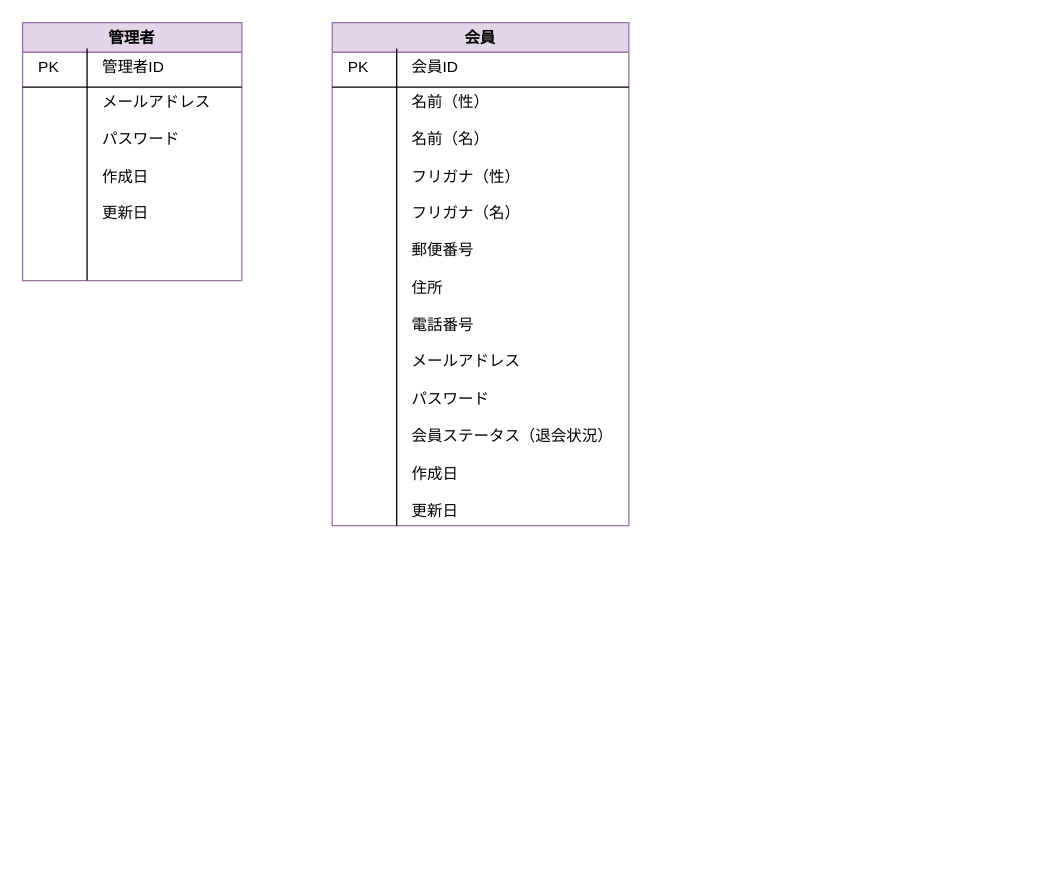
This is 名称未設定ファイル.drawio from Ganmo3/drawio, a draw.io file, before an edit. Source tidied: cells renumbered, new cells numbered last; positions are measured from the earlier drawing's top-left corner, leaving out a move shared by most shapes. Both pictures are drawn from the tidied source at 129%, with x=0, y=0 at pixel (22, 22).
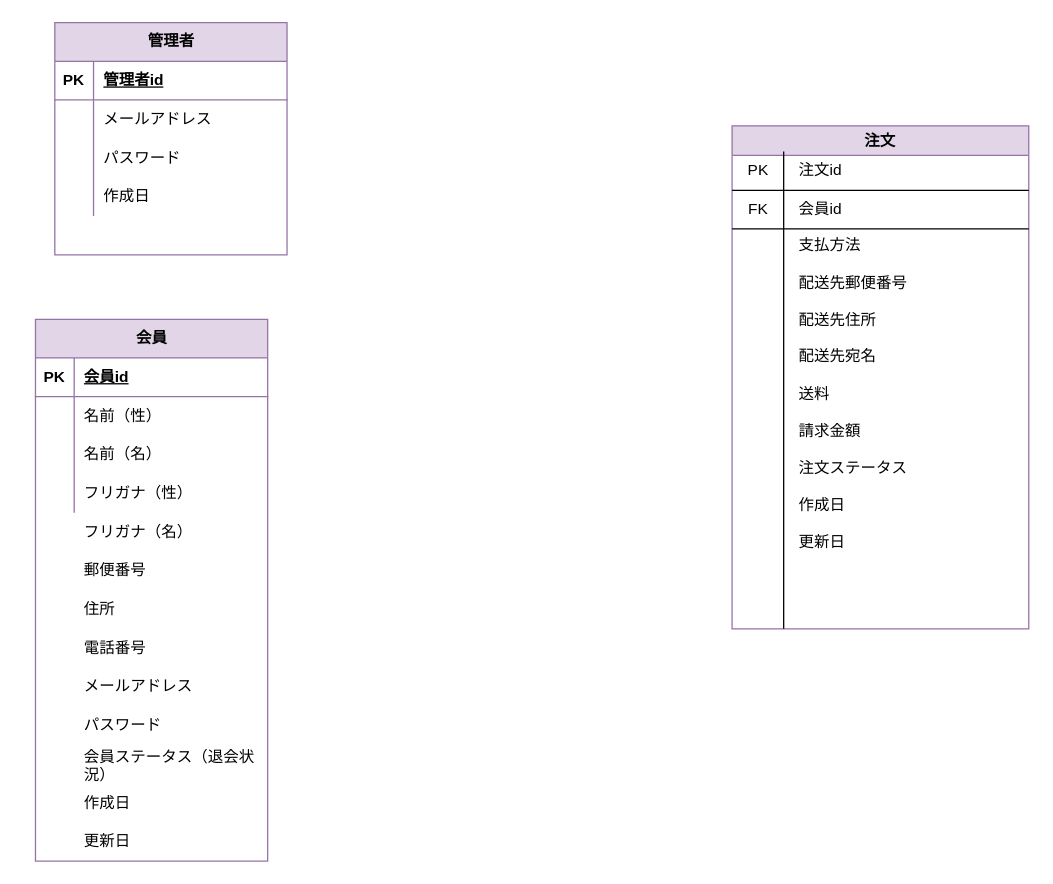
Above is the later version.

Commit message (it also covers changes not shown here):
名称未設定ファイル.drawio を更新します

The edit, as a diff of the source:
```diff
@@
+    <mxCell id="14" value="&lt;font color=&quot;#000000&quot;&gt;注文&lt;/font&gt;" style="swimlane;whiteSpace=wrap;html=1;fillColor=#e1d5e7;strokeColor=#9673a6;swimlaneLine=1;" parent="1" vertex="1">
+      <mxGeometry x="550" y="80" width="230" height="390" as="geometry" />
+    </mxCell>
+    <mxCell id="15" style="endArrow=none;html=1;rounded=0;" parent="14" edge="1">
+      <mxGeometry relative="1" as="geometry">
+        <mxPoint y="50" as="sourcePoint" />
+        <mxPoint x="230" y="50" as="targetPoint" />
+        <Array as="points">
+          <mxPoint x="160" y="50" />
+        </Array>
+      </mxGeometry>
+    </mxCell>
+    <mxCell id="16" value="PK" style="text;html=1;align=center;verticalAlign=middle;strokeColor=none;fillColor=none;" parent="14" vertex="1">
+      <mxGeometry y="20" width="40" height="30" as="geometry" />
+    </mxCell>
+    <mxCell id="17" value="注文id" style="text;html=1;align=left;verticalAlign=middle;strokeColor=none;fillColor=none;" parent="14" vertex="1">
+      <mxGeometry x="50" y="20" width="60" height="30" as="geometry" />
+    </mxCell>
+    <mxCell id="18" value="支払方法&lt;br&gt;&lt;br&gt;配送先郵便番号&lt;br&gt;&lt;br&gt;配送先住所&lt;br&gt;&lt;br&gt;配送先宛名&lt;br&gt;&lt;br&gt;送料&lt;br&gt;&lt;br&gt;請求金額&lt;br&gt;&lt;br&gt;注文ステータス&lt;br&gt;&lt;br&gt;作成日&lt;br&gt;&lt;br&gt;更新日&lt;br&gt;&lt;br&gt;" style="text;html=1;align=left;verticalAlign=middle;strokeColor=none;fillColor=none;fontSize=12;fontFamily=Helvetica;fontColor=default;" parent="14" vertex="1">
+      <mxGeometry x="50" y="80" width="110" height="270" as="geometry" />
+    </mxCell>
+    <mxCell id="19" style="endArrow=none;html=1;rounded=0;" parent="14" edge="1">
+      <mxGeometry relative="1" as="geometry">
+        <mxPoint x="40" y="20" as="sourcePoint" />
+        <mxPoint x="40" y="390" as="targetPoint" />
+      </mxGeometry>
+    </mxCell>
+    <mxCell id="20" value="FK" style="text;html=1;align=center;verticalAlign=middle;strokeColor=none;fillColor=none;" parent="14" vertex="1">
+      <mxGeometry y="50" width="40" height="30" as="geometry" />
+    </mxCell>
+    <mxCell id="21" value="会員id" style="text;html=1;align=left;verticalAlign=middle;strokeColor=none;fillColor=none;" parent="14" vertex="1">
+      <mxGeometry x="50" y="50" width="60" height="30" as="geometry" />
+    </mxCell>
+    <mxCell id="22" style="endArrow=none;html=1;rounded=0;" parent="14" edge="1">
+      <mxGeometry relative="1" as="geometry">
+        <mxPoint y="80" as="sourcePoint" />
+        <mxPoint x="230" y="80" as="targetPoint" />
+        <Array as="points">
+          <mxPoint x="160" y="80" />
+        </Array>
+      </mxGeometry>
+    </mxCell>
-    <mxCell id="2" value="&lt;font color=&quot;#000000&quot;&gt;管理者&lt;/font&gt;" style="swimlane;whiteSpace=wrap;html=1;fillColor=#e1d5e7;strokeColor=#9673a6;swimlaneLine=1;" parent="1" vertex="1">
-      <mxGeometry width="170" height="200" as="geometry" />
+    <mxCell id="2" value="&lt;font color=&quot;#000000&quot;&gt;管理者&lt;/font&gt;" style="shape=table;startSize=30;childLayout=tableLayout;rowLines=0;fontStyle=1;align=center;html=1;strokeColor=#9673a6;fontFamily=Helvetica;fontSize=12;fontColor=default;fillColor=#e1d5e7;" parent="1" vertex="1">
+      <mxGeometry x="25" width="180" height="180" as="geometry" />
     </mxCell>
-    <mxCell id="3" style="endArrow=none;html=1;rounded=0;entryX=1;entryY=0.25;entryDx=0;entryDy=0;" parent="2" edge="1" target="2">
-      <mxGeometry relative="1" as="geometry">
-        <mxPoint y="50" as="sourcePoint" />
-      </mxGeometry>
-    </mxCell>
-    <mxCell id="4" value="PK" style="text;html=1;align=center;verticalAlign=middle;strokeColor=none;fillColor=none;" parent="2" vertex="1">
-      <mxGeometry y="20" width="40" height="30" as="geometry" />
-    </mxCell>
-    <mxCell id="5" value="管理者ID" style="text;html=1;align=left;verticalAlign=middle;strokeColor=none;fillColor=none;" parent="2" vertex="1">
-      <mxGeometry x="60" y="20" width="70" height="30" as="geometry" />
-    </mxCell>
-    <mxCell id="6" value="メールアドレス&lt;br&gt;&lt;br&gt;パスワード&lt;br&gt;&lt;br&gt;作成日&lt;br&gt;&lt;br&gt;更新日" style="text;html=1;align=left;verticalAlign=middle;strokeColor=none;fillColor=none;fontSize=12;fontFamily=Helvetica;fontColor=default;" parent="2" vertex="1">
-      <mxGeometry x="60" y="50" width="110" height="110" as="geometry" />
-    </mxCell>
-    <mxCell id="7" style="endArrow=none;html=1;rounded=0;" parent="1" edge="1">
-      <mxGeometry relative="1" as="geometry">
-        <mxPoint x="50" y="20" as="sourcePoint" />
-        <mxPoint x="50" y="200" as="targetPoint" />
-      </mxGeometry>
-    </mxCell>
+    <mxCell id="23" style="shape=tableRow;horizontal=0;startSize=0;swimlaneHead=0;swimlaneBody=0;fillColor=none;top=0;left=0;right=0;bottom=1;strokeColor=#9673a6;fontFamily=Helvetica;fontSize=12;fontColor=default;html=1;" parent="2" vertex="1">
+      <mxGeometry y="30" width="180" height="30" as="geometry" />
+    </mxCell>
+    <mxCell id="24" value="PK" style="shape=partialRectangle;fillColor=none;top=0;left=0;bottom=0;right=0;fontStyle=1;overflow=hidden;whiteSpace=wrap;html=1;strokeColor=#9673a6;fontFamily=Helvetica;fontSize=12;fontColor=default;startSize=23;" parent="23" vertex="1">
+      <mxGeometry width="30" height="30" as="geometry" />
+    </mxCell>
+    <mxCell id="25" value="管理者id" style="shape=partialRectangle;fillColor=none;top=0;left=0;bottom=0;right=0;align=left;spacingLeft=6;fontStyle=5;overflow=hidden;whiteSpace=wrap;html=1;strokeColor=#9673a6;fontFamily=Helvetica;fontSize=12;fontColor=default;startSize=23;" parent="23" vertex="1">
+      <mxGeometry x="30" width="150" height="30" as="geometry" />
+    </mxCell>
+    <mxCell id="26" style="shape=tableRow;horizontal=0;startSize=0;swimlaneHead=0;swimlaneBody=0;fillColor=none;top=0;left=0;right=0;bottom=0;strokeColor=#9673a6;fontFamily=Helvetica;fontSize=12;fontColor=default;html=1;" parent="2" vertex="1">
+      <mxGeometry y="60" width="180" height="30" as="geometry" />
+    </mxCell>
+    <mxCell id="27" style="shape=partialRectangle;fillColor=none;top=0;left=0;bottom=0;right=0;overflow=hidden;whiteSpace=wrap;html=1;strokeColor=#9673a6;fontFamily=Helvetica;fontSize=12;fontColor=default;startSize=23;" parent="26" vertex="1">
+      <mxGeometry width="30" height="30" as="geometry" />
+    </mxCell>
+    <mxCell id="28" value="メールアドレス" style="shape=partialRectangle;fillColor=none;top=0;left=0;bottom=0;right=0;align=left;spacingLeft=6;overflow=hidden;whiteSpace=wrap;html=1;strokeColor=#9673a6;fontFamily=Helvetica;fontSize=12;fontColor=default;startSize=23;" parent="26" vertex="1">
+      <mxGeometry x="30" width="150" height="30" as="geometry" />
+    </mxCell>
+    <mxCell id="29" style="shape=tableRow;horizontal=0;startSize=0;swimlaneHead=0;swimlaneBody=0;fillColor=none;top=0;left=0;right=0;bottom=0;strokeColor=#9673a6;fontFamily=Helvetica;fontSize=12;fontColor=default;html=1;" parent="2" vertex="1">
+      <mxGeometry y="90" width="180" height="30" as="geometry" />
+    </mxCell>
+    <mxCell id="30" style="shape=partialRectangle;fillColor=none;top=0;left=0;bottom=0;right=0;overflow=hidden;whiteSpace=wrap;html=1;strokeColor=#9673a6;fontFamily=Helvetica;fontSize=12;fontColor=default;startSize=23;" parent="29" vertex="1">
+      <mxGeometry width="30" height="30" as="geometry" />
+    </mxCell>
+    <mxCell id="31" value="パスワード" style="shape=partialRectangle;fillColor=none;top=0;left=0;bottom=0;right=0;align=left;spacingLeft=6;overflow=hidden;whiteSpace=wrap;html=1;strokeColor=#9673a6;fontFamily=Helvetica;fontSize=12;fontColor=default;startSize=23;" parent="29" vertex="1">
+      <mxGeometry x="30" width="150" height="30" as="geometry" />
+    </mxCell>
+    <mxCell id="32" style="shape=tableRow;horizontal=0;startSize=0;swimlaneHead=0;swimlaneBody=0;fillColor=none;top=0;left=0;right=0;bottom=0;strokeColor=#9673a6;fontFamily=Helvetica;fontSize=12;fontColor=default;html=1;" parent="2" vertex="1">
+      <mxGeometry y="120" width="180" height="30" as="geometry" />
+    </mxCell>
+    <mxCell id="33" style="shape=partialRectangle;fillColor=none;top=0;left=0;bottom=0;right=0;overflow=hidden;whiteSpace=wrap;html=1;strokeColor=#9673a6;fontFamily=Helvetica;fontSize=12;fontColor=default;startSize=23;" parent="32" vertex="1">
+      <mxGeometry width="30" height="30" as="geometry" />
+    </mxCell>
+    <mxCell id="34" value="作成日" style="shape=partialRectangle;fillColor=none;top=0;left=0;bottom=0;right=0;align=left;spacingLeft=6;overflow=hidden;whiteSpace=wrap;html=1;strokeColor=#9673a6;fontFamily=Helvetica;fontSize=12;fontColor=default;startSize=23;" parent="32" vertex="1">
+      <mxGeometry x="30" width="150" height="30" as="geometry" />
+    </mxCell>
-    <mxCell id="8" value="&lt;font color=&quot;#000000&quot;&gt;会員&lt;/font&gt;" style="swimlane;whiteSpace=wrap;html=1;fillColor=#e1d5e7;strokeColor=#9673a6;swimlaneLine=1;" parent="1" vertex="1">
-      <mxGeometry x="240" width="230" height="390" as="geometry" />
+    <mxCell id="8" value="&lt;font color=&quot;#000000&quot;&gt;会員&lt;/font&gt;" style="shape=table;startSize=30;childLayout=tableLayout;rowLines=0;fontStyle=1;align=center;html=1;strokeColor=#9673a6;fontFamily=Helvetica;fontSize=12;fontColor=default;fillColor=#e1d5e7;" parent="1" vertex="1">
+      <mxGeometry x="10" y="230" width="180" height="420" as="geometry" />
     </mxCell>
-    <mxCell id="9" style="endArrow=none;html=1;rounded=0;" parent="8" edge="1">
-      <mxGeometry relative="1" as="geometry">
-        <mxPoint y="50" as="sourcePoint" />
-        <mxPoint x="230" y="50" as="targetPoint" />
-        <Array as="points">
-          <mxPoint x="160" y="50" />
-        </Array>
-      </mxGeometry>
-    </mxCell>
-    <mxCell id="10" value="PK" style="text;html=1;align=center;verticalAlign=middle;strokeColor=none;fillColor=none;" parent="8" vertex="1">
-      <mxGeometry y="20" width="40" height="30" as="geometry" />
-    </mxCell>
-    <mxCell id="11" value="会員ID" style="text;html=1;align=left;verticalAlign=middle;strokeColor=none;fillColor=none;" parent="8" vertex="1">
-      <mxGeometry x="60" y="20" width="60" height="30" as="geometry" />
-    </mxCell>
-    <mxCell id="12" value="名前（性）&lt;br&gt;&lt;br&gt;名前（名）&lt;br&gt;&lt;br&gt;フリガナ（性）&lt;br&gt;&lt;br&gt;フリガナ（名）&lt;br&gt;&lt;br&gt;郵便番号&lt;br&gt;&lt;br&gt;住所&lt;br&gt;&lt;br&gt;電話番号&lt;br&gt;&lt;br&gt;メールアドレス&lt;br&gt;&lt;br&gt;パスワード&lt;br&gt;&lt;br&gt;会員ステータス（退会状況）&lt;br&gt;&lt;br&gt;作成日&lt;br&gt;&lt;br&gt;更新日&lt;br&gt;" style="text;html=1;align=left;verticalAlign=middle;strokeColor=none;fillColor=none;fontSize=12;fontFamily=Helvetica;fontColor=default;" parent="8" vertex="1">
-      <mxGeometry x="60" y="50" width="180" height="340" as="geometry" />
-    </mxCell>
-    <mxCell id="13" style="endArrow=none;html=1;rounded=0;" parent="1" edge="1">
-      <mxGeometry relative="1" as="geometry">
-        <mxPoint x="290" y="20" as="sourcePoint" />
-        <mxPoint x="290" y="390" as="targetPoint" />
-      </mxGeometry>
-    </mxCell>
+    <mxCell id="35" style="shape=tableRow;horizontal=0;startSize=0;swimlaneHead=0;swimlaneBody=0;fillColor=none;top=0;left=0;right=0;bottom=1;strokeColor=#9673a6;fontFamily=Helvetica;fontSize=12;fontColor=default;html=1;" parent="8" vertex="1">
+      <mxGeometry y="30" width="180" height="30" as="geometry" />
+    </mxCell>
+    <mxCell id="36" value="PK" style="shape=partialRectangle;fillColor=none;top=0;left=0;bottom=0;right=0;fontStyle=1;overflow=hidden;whiteSpace=wrap;html=1;strokeColor=#9673a6;fontFamily=Helvetica;fontSize=12;fontColor=default;startSize=23;" parent="35" vertex="1">
+      <mxGeometry width="30" height="30" as="geometry" />
+    </mxCell>
+    <mxCell id="37" value="会員id" style="shape=partialRectangle;fillColor=none;top=0;left=0;bottom=0;right=0;align=left;spacingLeft=6;fontStyle=5;overflow=hidden;whiteSpace=wrap;html=1;strokeColor=#9673a6;fontFamily=Helvetica;fontSize=12;fontColor=default;startSize=23;" parent="35" vertex="1">
+      <mxGeometry x="30" width="150" height="30" as="geometry" />
+    </mxCell>
+    <mxCell id="38" style="shape=tableRow;horizontal=0;startSize=0;swimlaneHead=0;swimlaneBody=0;fillColor=none;top=0;left=0;right=0;bottom=0;strokeColor=#9673a6;fontFamily=Helvetica;fontSize=12;fontColor=default;html=1;" parent="8" vertex="1">
+      <mxGeometry y="60" width="180" height="30" as="geometry" />
+    </mxCell>
+    <mxCell id="39" style="shape=partialRectangle;fillColor=none;top=0;left=0;bottom=0;right=0;overflow=hidden;whiteSpace=wrap;html=1;strokeColor=#9673a6;fontFamily=Helvetica;fontSize=12;fontColor=default;startSize=23;" parent="38" vertex="1">
+      <mxGeometry width="30" height="30" as="geometry" />
+    </mxCell>
+    <mxCell id="40" value="名前（性）" style="shape=partialRectangle;fillColor=none;top=0;left=0;bottom=0;right=0;align=left;spacingLeft=6;overflow=hidden;whiteSpace=wrap;html=1;strokeColor=#9673a6;fontFamily=Helvetica;fontSize=12;fontColor=default;startSize=23;" parent="38" vertex="1">
+      <mxGeometry x="30" width="150" height="30" as="geometry" />
+    </mxCell>
+    <mxCell id="41" style="shape=tableRow;horizontal=0;startSize=0;swimlaneHead=0;swimlaneBody=0;fillColor=none;top=0;left=0;right=0;bottom=0;strokeColor=#9673a6;fontFamily=Helvetica;fontSize=12;fontColor=default;html=1;" parent="8" vertex="1">
+      <mxGeometry y="90" width="180" height="30" as="geometry" />
+    </mxCell>
+    <mxCell id="42" style="shape=partialRectangle;fillColor=none;top=0;left=0;bottom=0;right=0;overflow=hidden;whiteSpace=wrap;html=1;strokeColor=#9673a6;fontFamily=Helvetica;fontSize=12;fontColor=default;startSize=23;" parent="41" vertex="1">
+      <mxGeometry width="30" height="30" as="geometry" />
+    </mxCell>
+    <mxCell id="43" value="名前（名）" style="shape=partialRectangle;fillColor=none;top=0;left=0;bottom=0;right=0;align=left;spacingLeft=6;overflow=hidden;whiteSpace=wrap;html=1;strokeColor=#9673a6;fontFamily=Helvetica;fontSize=12;fontColor=default;startSize=23;" parent="41" vertex="1">
+      <mxGeometry x="30" width="150" height="30" as="geometry" />
+    </mxCell>
+    <mxCell id="44" style="shape=tableRow;horizontal=0;startSize=0;swimlaneHead=0;swimlaneBody=0;fillColor=none;top=0;left=0;right=0;bottom=0;strokeColor=#9673a6;fontFamily=Helvetica;fontSize=12;fontColor=default;html=1;" parent="8" vertex="1">
+      <mxGeometry y="120" width="180" height="30" as="geometry" />
+    </mxCell>
+    <mxCell id="45" style="shape=partialRectangle;fillColor=none;top=0;left=0;bottom=0;right=0;overflow=hidden;whiteSpace=wrap;html=1;strokeColor=#9673a6;fontFamily=Helvetica;fontSize=12;fontColor=default;startSize=23;" parent="44" vertex="1">
+      <mxGeometry width="30" height="30" as="geometry" />
+    </mxCell>
+    <mxCell id="46" value="フリガナ（性）" style="shape=partialRectangle;fillColor=none;top=0;left=0;bottom=0;right=0;align=left;spacingLeft=6;overflow=hidden;whiteSpace=wrap;html=1;strokeColor=#9673a6;fontFamily=Helvetica;fontSize=12;fontColor=default;startSize=23;" parent="44" vertex="1">
+      <mxGeometry x="30" width="150" height="30" as="geometry" />
+    </mxCell>
+    <mxCell id="47" value="フリガナ（名）" style="shape=partialRectangle;fillColor=none;top=0;left=0;bottom=0;right=0;align=left;spacingLeft=6;overflow=hidden;whiteSpace=wrap;html=1;strokeColor=#9673a6;fontFamily=Helvetica;fontSize=12;fontColor=default;startSize=23;" parent="1" vertex="1">
+      <mxGeometry x="40" y="380" width="150" height="30" as="geometry" />
+    </mxCell>
+    <mxCell id="48" value="郵便番号" style="shape=partialRectangle;fillColor=none;top=0;left=0;bottom=0;right=0;align=left;spacingLeft=6;overflow=hidden;whiteSpace=wrap;html=1;strokeColor=#9673a6;fontFamily=Helvetica;fontSize=12;fontColor=default;startSize=23;" parent="1" vertex="1">
+      <mxGeometry x="40" y="410" width="150" height="30" as="geometry" />
+    </mxCell>
+    <mxCell id="49" value="住所" style="shape=partialRectangle;fillColor=none;top=0;left=0;bottom=0;right=0;align=left;spacingLeft=6;overflow=hidden;whiteSpace=wrap;html=1;strokeColor=#9673a6;fontFamily=Helvetica;fontSize=12;fontColor=default;startSize=23;" parent="1" vertex="1">
+      <mxGeometry x="40" y="440" width="150" height="30" as="geometry" />
+    </mxCell>
+    <mxCell id="50" value="電話番号" style="shape=partialRectangle;fillColor=none;top=0;left=0;bottom=0;right=0;align=left;spacingLeft=6;overflow=hidden;whiteSpace=wrap;html=1;strokeColor=#9673a6;fontFamily=Helvetica;fontSize=12;fontColor=default;startSize=23;" parent="1" vertex="1">
+      <mxGeometry x="40" y="470" width="150" height="30" as="geometry" />
+    </mxCell>
+    <mxCell id="51" value="メールアドレス" style="shape=partialRectangle;fillColor=none;top=0;left=0;bottom=0;right=0;align=left;spacingLeft=6;overflow=hidden;whiteSpace=wrap;html=1;strokeColor=#9673a6;fontFamily=Helvetica;fontSize=12;fontColor=default;startSize=23;" parent="1" vertex="1">
+      <mxGeometry x="40" y="500" width="150" height="30" as="geometry" />
+    </mxCell>
+    <mxCell id="52" value="パスワード" style="shape=partialRectangle;fillColor=none;top=0;left=0;bottom=0;right=0;align=left;spacingLeft=6;overflow=hidden;whiteSpace=wrap;html=1;strokeColor=#9673a6;fontFamily=Helvetica;fontSize=12;fontColor=default;startSize=23;" parent="1" vertex="1">
+      <mxGeometry x="40" y="530" width="150" height="30" as="geometry" />
+    </mxCell>
+    <mxCell id="53" value="会員ステータス（退会状況）" style="shape=partialRectangle;fillColor=none;top=0;left=0;bottom=0;right=0;align=left;spacingLeft=6;overflow=hidden;whiteSpace=wrap;html=1;strokeColor=#9673a6;fontFamily=Helvetica;fontSize=12;fontColor=default;startSize=23;" parent="1" vertex="1">
+      <mxGeometry x="40" y="560" width="150" height="30" as="geometry" />
+    </mxCell>
+    <mxCell id="54" value="作成日" style="shape=partialRectangle;fillColor=none;top=0;left=0;bottom=0;right=0;align=left;spacingLeft=6;overflow=hidden;whiteSpace=wrap;html=1;strokeColor=#9673a6;fontFamily=Helvetica;fontSize=12;fontColor=default;startSize=23;" parent="1" vertex="1">
+      <mxGeometry x="40" y="590" width="150" height="30" as="geometry" />
+    </mxCell>
+    <mxCell id="55" value="更新日" style="shape=partialRectangle;fillColor=none;top=0;left=0;bottom=0;right=0;align=left;spacingLeft=6;overflow=hidden;whiteSpace=wrap;html=1;strokeColor=#9673a6;fontFamily=Helvetica;fontSize=12;fontColor=default;startSize=23;" parent="1" vertex="1">
+      <mxGeometry x="40" y="620" width="150" height="30" as="geometry" />
+    </mxCell>
```
